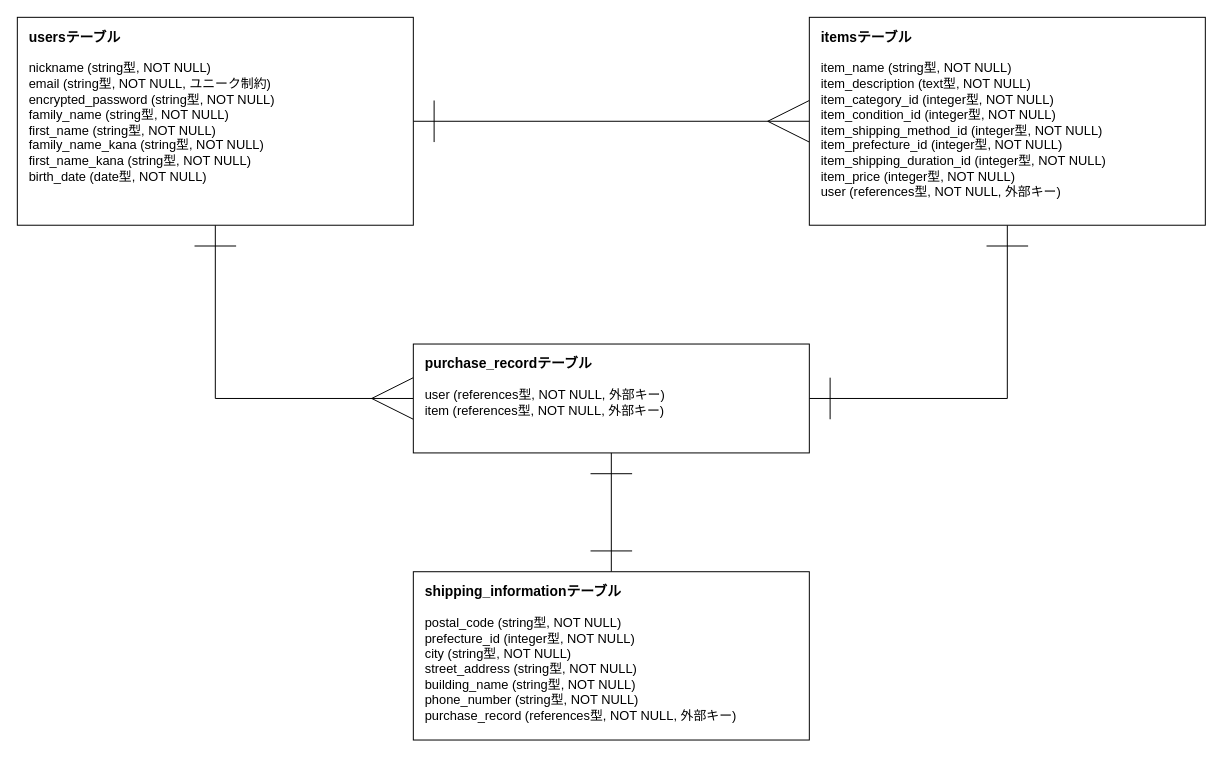
Above: README.dio in xylo11/furima-39340 (draw.io), before the change. Source tidied: cells renumbered, new cells numbered last; positions are measured from the earlier drawing's top-left corner, leaving out a move shared by most shapes. Both pictures are drawn from the tidied source at 99%, with x=0, y=0 at pixel (17, 17).
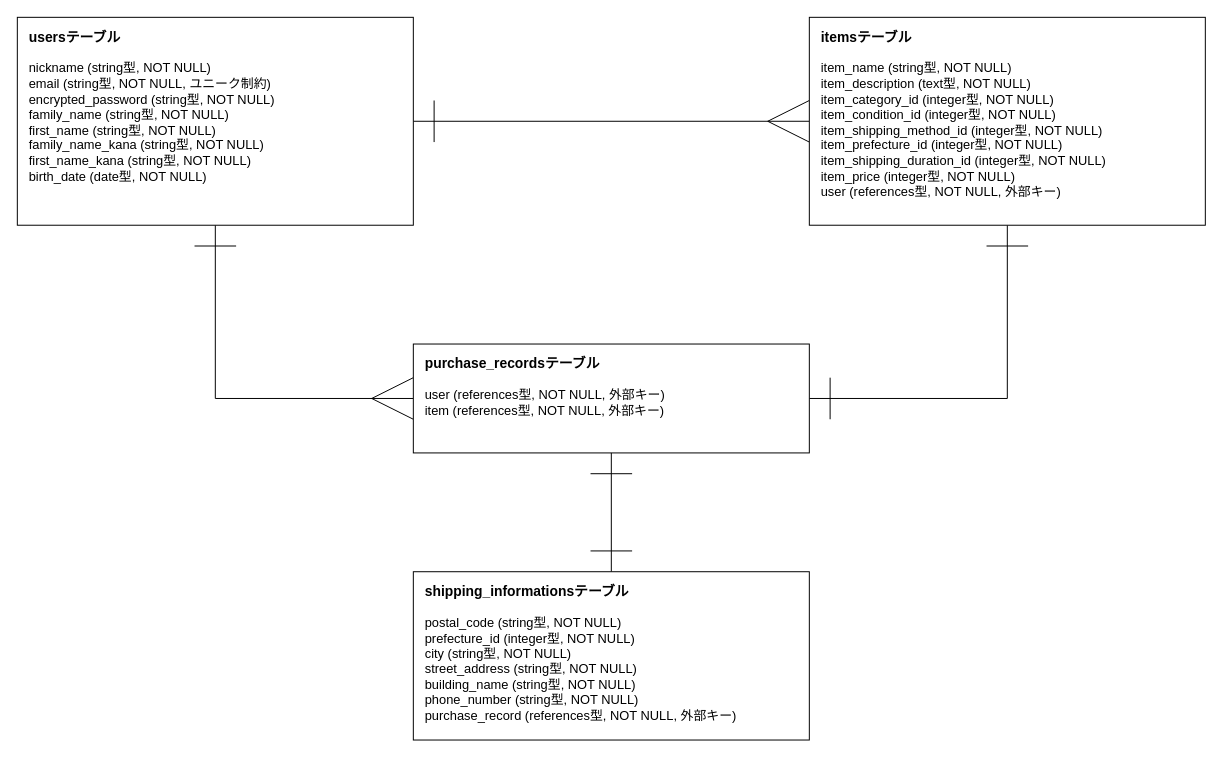
After the change.

Commit message (it also covers changes not shown here):
テーブル名を複数形に修正しました

The edit, as a diff of the source:
```diff
@@
 <mxGraphModel>
   <root>
     <mxCell id="0" />
     <mxCell id="1" parent="0" />
     <mxCell id="2" style="edgeStyle=none;html=1;exitX=1;exitY=0.5;exitDx=0;exitDy=0;fontSize=14;endArrow=ERmany;endFill=0;strokeWidth=1;startArrow=ERone;startFill=0;endSize=40;sourcePerimeterSpacing=0;startSize=40;targetPerimeterSpacing=0;rounded=0;" parent="1" edge="1" source="4" target="6">
       <mxGeometry relative="1" as="geometry" />
     </mxCell>
     <mxCell id="3" style="edgeStyle=none;html=1;exitX=0.5;exitY=1;exitDx=0;exitDy=0;entryX=0;entryY=0.5;entryDx=0;entryDy=0;strokeWidth=1;fontSize=14;startArrow=ERone;startFill=0;endArrow=ERmany;endFill=0;startSize=40;endSize=40;sourcePerimeterSpacing=0;targetPerimeterSpacing=0;rounded=0;" parent="1" edge="1" source="4" target="7">
       <mxGeometry relative="1" as="geometry">
         <Array as="points">
           <mxPoint x="200" y="385" />
         </Array>
       </mxGeometry>
     </mxCell>
     <mxCell id="4" value="&lt;span style=&quot;border-color: var(--border-color); background-color: initial;&quot;&gt;&lt;b style=&quot;border-color: var(--border-color); font-size: 14px;&quot;&gt;usersテーブル&lt;/b&gt;&lt;br style=&quot;border-color: var(--border-color);&quot;&gt;&lt;br style=&quot;border-color: var(--border-color);&quot;&gt;&lt;span style=&quot;border-color: var(--border-color); background-color: initial;&quot;&gt;nickname&amp;nbsp;&lt;/span&gt;&lt;span style=&quot;border-color: var(--border-color);&quot;&gt;(string型, NOT NULL)&lt;/span&gt;&lt;br&gt;email (string型, NOT NULL, ユニーク制約)&lt;br style=&quot;border-color: var(--border-color);&quot;&gt;encrypted_password (string型, NOT NULL)&lt;br&gt;&lt;/span&gt;&lt;span style=&quot;border-color: var(--border-color); background-color: initial;&quot;&gt;family_name&amp;nbsp;&lt;/span&gt;&lt;span style=&quot;border-color: var(--border-color);&quot;&gt;(string型, NOT NULL)&lt;br&gt;&lt;/span&gt;&lt;span style=&quot;border-color: var(--border-color); background-color: initial;&quot;&gt;first_name&amp;nbsp;&lt;/span&gt;&lt;span style=&quot;border-color: var(--border-color);&quot;&gt;(string型, NOT NULL)&lt;br&gt;&lt;/span&gt;&lt;span style=&quot;border-color: var(--border-color); background-color: initial;&quot;&gt;family_name_kana&amp;nbsp;&lt;/span&gt;&lt;span style=&quot;border-color: var(--border-color);&quot;&gt;(string型, NOT NULL)&lt;/span&gt;&lt;span style=&quot;&quot;&gt;&lt;br&gt;&lt;/span&gt;&lt;span style=&quot;border-color: var(--border-color); background-color: initial;&quot;&gt;first_name_kana&amp;nbsp;&lt;/span&gt;&lt;span style=&quot;border-color: var(--border-color);&quot;&gt;(string型, NOT NULL)&lt;/span&gt;&lt;span style=&quot;&quot;&gt;&lt;br&gt;&lt;/span&gt;&lt;span style=&quot;border-color: var(--border-color); background-color: initial;&quot;&gt;birth_date&amp;nbsp;&lt;/span&gt;&lt;span style=&quot;border-color: var(--border-color);&quot;&gt;(date型, NOT NULL)&lt;/span&gt;&lt;span style=&quot;&quot;&gt;&lt;br&gt;&lt;/span&gt;" style="rounded=0;whiteSpace=wrap;html=1;labelBackgroundColor=none;labelBorderColor=none;strokeColor=default;fontSize=13;fontColor=none;verticalAlign=top;align=left;spacingLeft=10;spacingTop=5;spacingBottom=0;" parent="1" vertex="1">
       <mxGeometry width="400" height="210" as="geometry" />
     </mxCell>
     <mxCell id="5" style="edgeStyle=none;rounded=0;html=1;exitX=0.5;exitY=1;exitDx=0;exitDy=0;entryX=1;entryY=0.5;entryDx=0;entryDy=0;strokeWidth=1;fontSize=14;startArrow=ERone;startFill=0;endArrow=ERone;endFill=0;startSize=40;endSize=40;sourcePerimeterSpacing=0;targetPerimeterSpacing=0;" parent="1" edge="1" source="6" target="7">
       <mxGeometry relative="1" as="geometry">
         <Array as="points">
           <mxPoint x="1000" y="385" />
         </Array>
       </mxGeometry>
     </mxCell>
     <mxCell id="6" value="&lt;span style=&quot;border-color: var(--border-color); background-color: initial;&quot;&gt;&lt;b style=&quot;border-color: var(--border-color); font-size: 14px;&quot;&gt;itemsテーブル&lt;/b&gt;&lt;br style=&quot;border-color: var(--border-color);&quot;&gt;&lt;/span&gt;&lt;span style=&quot;border-color: var(--border-color);&quot;&gt;&lt;br&gt;item_name (string型, NOT NULL)&lt;br style=&quot;border-color: var(--border-color);&quot;&gt;item_description (text型, NOT NULL)&lt;br&gt;&lt;/span&gt;&lt;span style=&quot;border-color: var(--border-color); background-color: initial;&quot;&gt;item_category_id&amp;nbsp;&lt;/span&gt;&lt;span style=&quot;border-color: var(--border-color);&quot;&gt;(integer型, NOT NULL)&lt;br&gt;&lt;/span&gt;&lt;span style=&quot;border-color: var(--border-color); background-color: initial;&quot;&gt;item_condition_id&amp;nbsp;&lt;/span&gt;&lt;span style=&quot;border-color: var(--border-color);&quot;&gt;(integer型, NOT NULL)&lt;br&gt;&lt;/span&gt;&lt;span style=&quot;border-color: var(--border-color); background-color: initial;&quot;&gt;item_shipping_method_id&amp;nbsp;&lt;/span&gt;&lt;span style=&quot;border-color: var(--border-color);&quot;&gt;(integer型, NOT NULL)&lt;/span&gt;&lt;br&gt;&lt;span style=&quot;border-color: var(--border-color); background-color: initial;&quot;&gt;item_prefecture_id&amp;nbsp;&lt;/span&gt;&lt;span style=&quot;border-color: var(--border-color);&quot;&gt;(integer型, NOT NULL)&lt;/span&gt;&lt;br&gt;&lt;span style=&quot;border-color: var(--border-color); background-color: initial;&quot;&gt;item_shipping_duration_id&amp;nbsp;&lt;/span&gt;&lt;span style=&quot;border-color: var(--border-color);&quot;&gt;(integer型, NOT NULL)&lt;br&gt;&lt;span style=&quot;border-color: var(--border-color); background-color: initial;&quot;&gt;item_price&amp;nbsp;&lt;/span&gt;&lt;span style=&quot;border-color: var(--border-color);&quot;&gt;(integer型, NOT NULL)&lt;br&gt;&lt;/span&gt;user (references型, NOT NULL, 外部キー)&lt;br&gt;&lt;/span&gt;" style="rounded=0;whiteSpace=wrap;html=1;labelBackgroundColor=none;labelBorderColor=none;strokeColor=default;fontSize=13;fontColor=none;verticalAlign=top;align=left;spacingLeft=10;spacingTop=5;" parent="1" vertex="1">
       <mxGeometry x="800" width="400" height="210" as="geometry" />
     </mxCell>
-    <mxCell id="7" value="&lt;span style=&quot;border-color: var(--border-color); background-color: initial;&quot;&gt;&lt;b style=&quot;border-color: var(--border-color); font-size: 14px;&quot;&gt;purchase_recordテーブル&lt;/b&gt;&lt;br style=&quot;border-color: var(--border-color);&quot;&gt;&lt;/span&gt;&lt;span style=&quot;border-color: var(--border-color);&quot;&gt;&lt;span style=&quot;border-color: var(--border-color);&quot;&gt;&lt;br&gt;&lt;/span&gt;user (references型, NOT NULL, 外部キー)&lt;br&gt;item (references型, NOT NULL, 外部キー)&lt;br&gt;&lt;/span&gt;" style="rounded=0;whiteSpace=wrap;html=1;labelBackgroundColor=none;labelBorderColor=none;strokeColor=default;fontSize=13;fontColor=none;verticalAlign=top;align=left;spacingLeft=10;spacingTop=5;" parent="1" vertex="1">
+    <mxCell id="7" value="&lt;span style=&quot;border-color: var(--border-color); background-color: initial;&quot;&gt;&lt;b style=&quot;border-color: var(--border-color); font-size: 14px;&quot;&gt;purchase_recordsテーブル&lt;/b&gt;&lt;br style=&quot;border-color: var(--border-color);&quot;&gt;&lt;/span&gt;&lt;span style=&quot;border-color: var(--border-color);&quot;&gt;&lt;span style=&quot;border-color: var(--border-color);&quot;&gt;&lt;br&gt;&lt;/span&gt;user (references型, NOT NULL, 外部キー)&lt;br&gt;item (references型, NOT NULL, 外部キー)&lt;br&gt;&lt;/span&gt;" style="rounded=0;whiteSpace=wrap;html=1;labelBackgroundColor=none;labelBorderColor=none;strokeColor=default;fontSize=13;fontColor=none;verticalAlign=top;align=left;spacingLeft=10;spacingTop=5;" parent="1" vertex="1">
       <mxGeometry x="400" y="330" width="400" height="110" as="geometry" />
     </mxCell>
     <mxCell id="8" style="edgeStyle=none;rounded=0;html=1;exitX=0.5;exitY=0;exitDx=0;exitDy=0;entryX=0.5;entryY=1;entryDx=0;entryDy=0;strokeWidth=1;fontSize=14;startArrow=ERone;startFill=0;endArrow=ERone;endFill=0;startSize=40;endSize=40;sourcePerimeterSpacing=0;targetPerimeterSpacing=0;" parent="1" edge="1" source="9" target="7">
       <mxGeometry relative="1" as="geometry" />
     </mxCell>
-    <mxCell id="9" value="&lt;span style=&quot;border-color: var(--border-color); background-color: initial;&quot;&gt;&lt;b style=&quot;border-color: var(--border-color); font-size: 14px;&quot;&gt;shipping_informationテーブル&lt;/b&gt;&lt;br style=&quot;border-color: var(--border-color);&quot;&gt;&lt;/span&gt;&lt;span style=&quot;border-color: var(--border-color);&quot;&gt;&lt;br&gt;postal_code (string型, NOT NULL)&lt;br style=&quot;border-color: var(--border-color);&quot;&gt;prefecture_id (integer型, NOT NULL)&lt;br&gt;&lt;/span&gt;&lt;span style=&quot;border-color: var(--border-color); background-color: initial;&quot;&gt;city&amp;nbsp;&lt;/span&gt;&lt;span style=&quot;border-color: var(--border-color);&quot;&gt;(string型, NOT NULL)&lt;br&gt;&lt;/span&gt;&lt;span style=&quot;border-color: var(--border-color); background-color: initial;&quot;&gt;street_address&amp;nbsp;&lt;/span&gt;&lt;span style=&quot;border-color: var(--border-color);&quot;&gt;(string型, NOT NULL)&lt;br&gt;&lt;/span&gt;&lt;span style=&quot;border-color: var(--border-color); background-color: initial;&quot;&gt;building_name&amp;nbsp;&lt;/span&gt;&lt;span style=&quot;border-color: var(--border-color);&quot;&gt;(string型, NOT NULL)&lt;/span&gt;&lt;br&gt;&lt;span style=&quot;border-color: var(--border-color); background-color: initial;&quot;&gt;phone_number&amp;nbsp;&lt;/span&gt;&lt;span style=&quot;border-color: var(--border-color);&quot;&gt;(string型, NOT NULL)&lt;/span&gt;&lt;span style=&quot;border-color: var(--border-color);&quot;&gt;&lt;span style=&quot;border-color: var(--border-color);&quot;&gt;&lt;br&gt;&lt;/span&gt;purchase_record (references型, NOT NULL, 外部キー)&lt;br&gt;&lt;/span&gt;" style="rounded=0;whiteSpace=wrap;html=1;labelBackgroundColor=none;labelBorderColor=none;strokeColor=default;fontSize=13;fontColor=none;verticalAlign=top;align=left;spacingLeft=10;spacingTop=5;" parent="1" vertex="1">
+    <mxCell id="9" value="&lt;span style=&quot;border-color: var(--border-color); background-color: initial;&quot;&gt;&lt;b style=&quot;border-color: var(--border-color); font-size: 14px;&quot;&gt;shipping_informationsテーブル&lt;/b&gt;&lt;br style=&quot;border-color: var(--border-color);&quot;&gt;&lt;/span&gt;&lt;span style=&quot;border-color: var(--border-color);&quot;&gt;&lt;br&gt;postal_code (string型, NOT NULL)&lt;br style=&quot;border-color: var(--border-color);&quot;&gt;prefecture_id (integer型, NOT NULL)&lt;br&gt;&lt;/span&gt;&lt;span style=&quot;border-color: var(--border-color); background-color: initial;&quot;&gt;city&amp;nbsp;&lt;/span&gt;&lt;span style=&quot;border-color: var(--border-color);&quot;&gt;(string型, NOT NULL)&lt;br&gt;&lt;/span&gt;&lt;span style=&quot;border-color: var(--border-color); background-color: initial;&quot;&gt;street_address&amp;nbsp;&lt;/span&gt;&lt;span style=&quot;border-color: var(--border-color);&quot;&gt;(string型, NOT NULL)&lt;br&gt;&lt;/span&gt;&lt;span style=&quot;border-color: var(--border-color); background-color: initial;&quot;&gt;building_name&amp;nbsp;&lt;/span&gt;&lt;span style=&quot;border-color: var(--border-color);&quot;&gt;(string型, NOT NULL)&lt;/span&gt;&lt;br&gt;&lt;span style=&quot;border-color: var(--border-color); background-color: initial;&quot;&gt;phone_number&amp;nbsp;&lt;/span&gt;&lt;span style=&quot;border-color: var(--border-color);&quot;&gt;(string型, NOT NULL)&lt;/span&gt;&lt;span style=&quot;border-color: var(--border-color);&quot;&gt;&lt;span style=&quot;border-color: var(--border-color);&quot;&gt;&lt;br&gt;&lt;/span&gt;purchase_record (references型, NOT NULL, 外部キー)&lt;br&gt;&lt;/span&gt;" style="rounded=0;whiteSpace=wrap;html=1;labelBackgroundColor=none;labelBorderColor=none;strokeColor=default;fontSize=13;fontColor=none;verticalAlign=top;align=left;spacingLeft=10;spacingTop=5;" parent="1" vertex="1">
       <mxGeometry x="400" y="560" width="400" height="170" as="geometry" />
     </mxCell>
   </root>
 </mxGraphModel>
```
